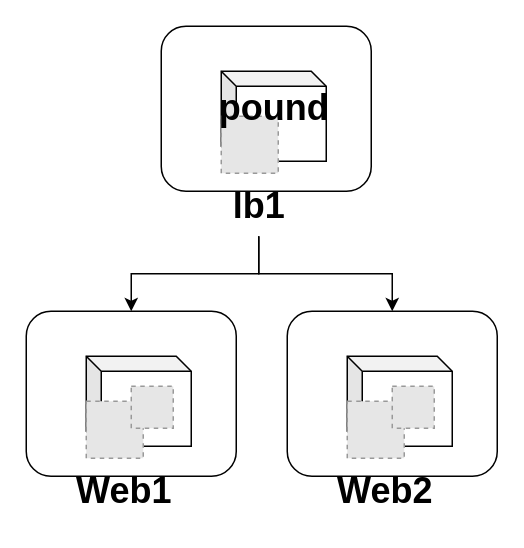
Above: architecture-diagram.drawio in sunakan/pound-practice (draw.io), before the change. Source tidied: cells renumbered, new cells numbered last; positions are measured from the earlier drawing's top-left corner, leaving out a move shared by most shapes. Both pictures are drawn from the tidied source at 150%, with x=0, y=0 at pixel (26, 26). Pictures stored in the file or linked from it are replaced by grey dashed boxes.
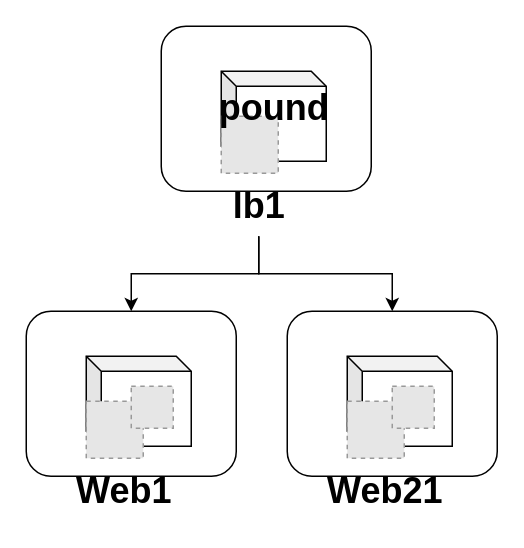
The same diagram, later.

Commit message:
architecture-diagram.drawio を更新します

Unchanged cells that the change refers to:
```xml
<mxCell id="9" style="group;" parent="1" vertex="1">
  <mxGeometry x="174" y="190" width="140" height="140" as="geometry" />
</mxCell>
```

The edit, as a diff of the source:
```diff
@@
-    <mxCell id="15" value="Web2" style="text;strokeColor=none;fillColor=none;html=1;fontSize=24;fontStyle=1;verticalAlign=middle;align=center;" parent="9" vertex="1">
+    <mxCell id="15" value="Web21" style="text;strokeColor=none;fillColor=none;html=1;fontSize=24;fontStyle=1;verticalAlign=middle;align=center;" parent="9" vertex="1">
       <mxGeometry x="15" y="100" width="100" height="40" as="geometry" />
     </mxCell>
```
